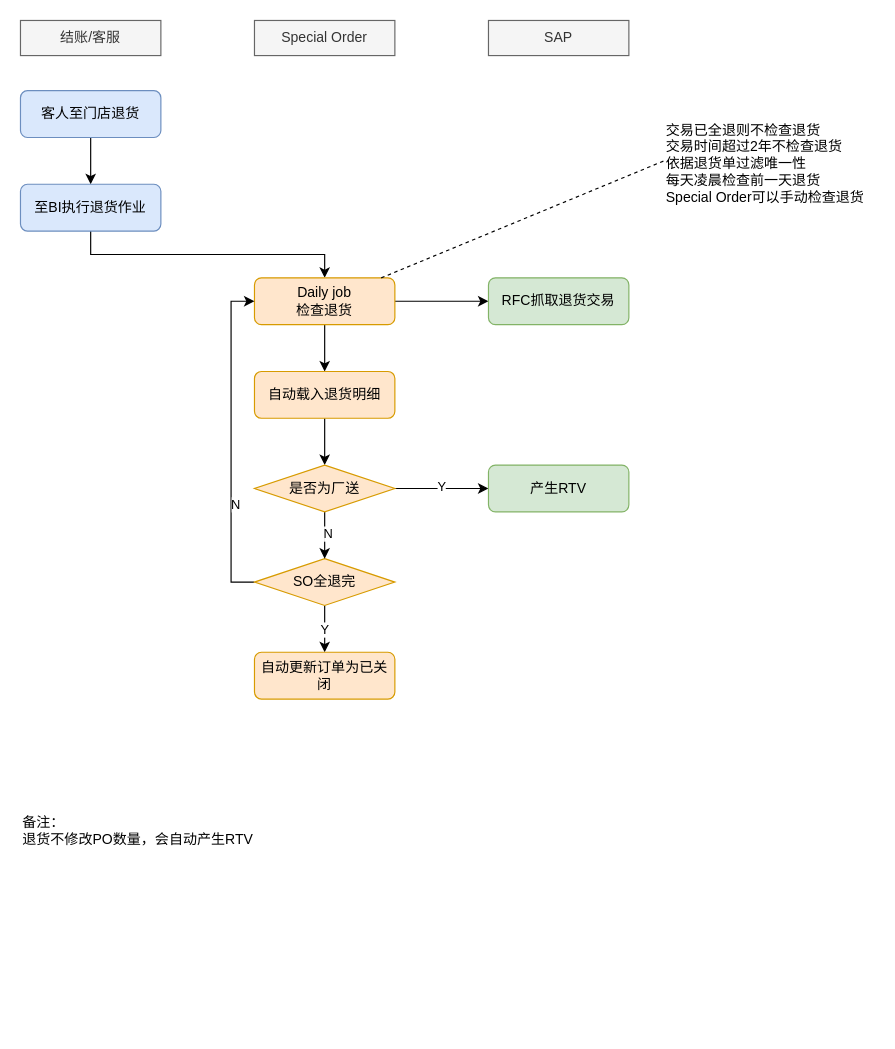
Earlier version of the draw.io diagram page "退货" (2 of 2) of Special Order.drawio (luss613/draw.io). Source tidied: cells renumbered, new cells numbered last; positions are measured from the earlier drawing's top-left corner, leaving out a move shared by most shapes. Both pictures are drawn from the tidied source at 117%, with x=0, y=0 at pixel (20, 20).
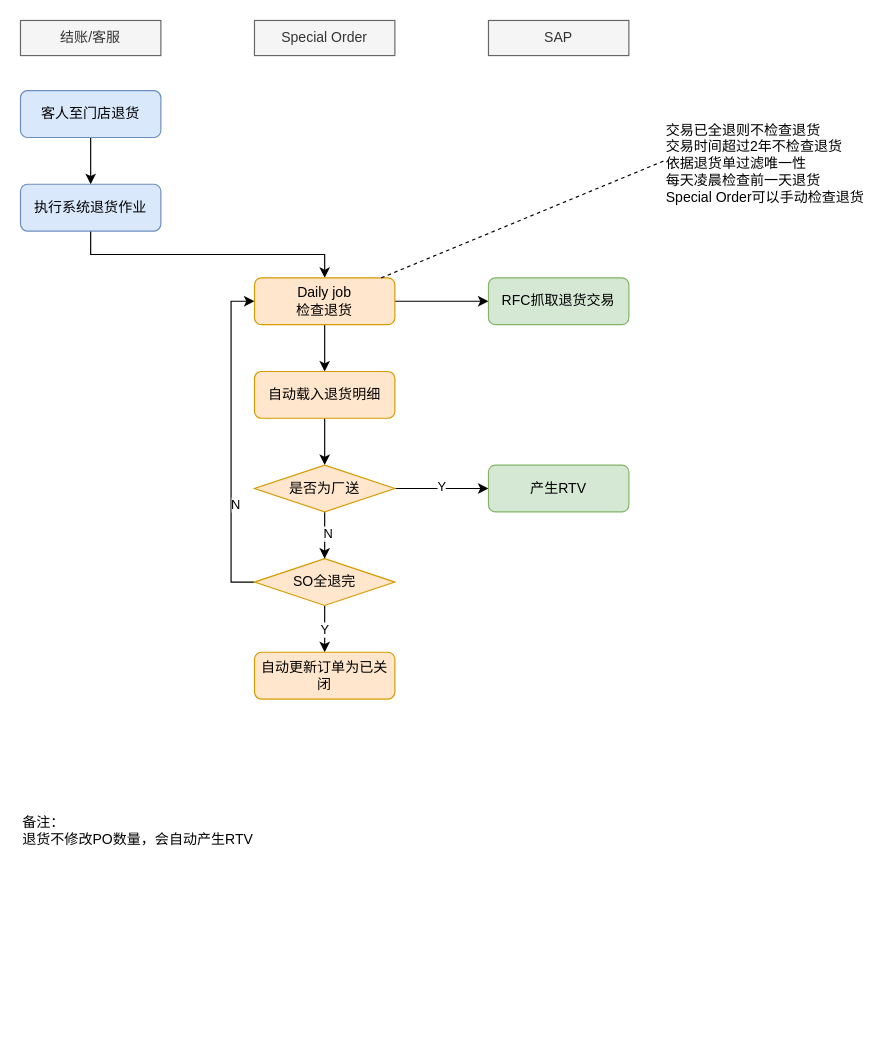
The same diagram, later.

Change to the diagram source:
```diff
@@
-    <mxCell id="5" value="至BI执行退货作业" style="rounded=1;whiteSpace=wrap;html=1;fontSize=12;glass=0;strokeWidth=1;shadow=0;fillColor=#dae8fc;strokeColor=#6c8ebf;" parent="1" vertex="1">
+    <mxCell id="5" value="执行系统退货作业" style="rounded=1;whiteSpace=wrap;html=1;fontSize=12;glass=0;strokeWidth=1;shadow=0;fillColor=#dae8fc;strokeColor=#6c8ebf;" parent="1" vertex="1">
       <mxGeometry y="140" width="120" height="40" as="geometry" />
     </mxCell>
```
